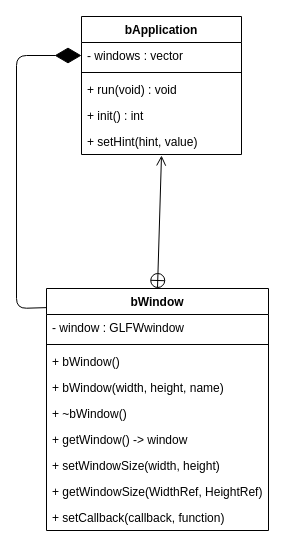
Above: docs/bApplication.drawio in LowFire/blazer3d (draw.io), before the change. Source tidied: cells renumbered, new cells numbered last; positions are measured from the earlier drawing's top-left corner, leaving out a move shared by most shapes. Both pictures are drawn from the tidied source at 100%, with x=0, y=0 at pixel (16, 16).
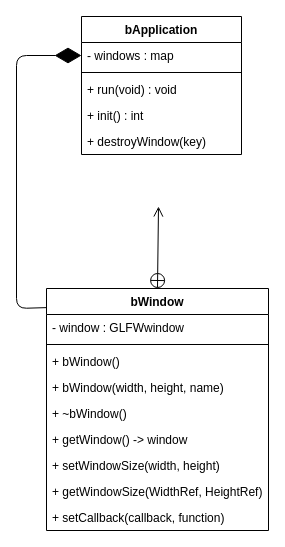
The same diagram, later.

Unchanged cells that the change refers to:
```xml
<mxCell id="2" value="bApplication" style="swimlane;fontStyle=1;align=center;verticalAlign=top;horizontal=1;startSize=26;" parent="1" vertex="1">
  <mxGeometry x="65" width="160" height="138" as="geometry" />
</mxCell>
<mxCell id="8" value="bWindow" style="swimlane;fontStyle=1;align=center;verticalAlign=top;horizontal=1;startSize=26;" parent="1" vertex="1">
  <mxGeometry x="30" y="272" width="222" height="242" as="geometry" />
</mxCell>
```

The edit, as a diff of the source:
```diff
@@
-    <mxCell id="3" value="- windows : vector" style="text;strokeColor=none;fillColor=none;align=left;verticalAlign=top;spacingLeft=4;spacingRight=4;overflow=hidden;points=[[0,0.5],[1,0.5]];portConstraint=eastwest;" parent="2" vertex="1">
+    <mxCell id="3" value="- windows : map" style="text;strokeColor=none;fillColor=none;align=left;verticalAlign=top;spacingLeft=4;spacingRight=4;overflow=hidden;points=[[0,0.5],[1,0.5]];portConstraint=eastwest;" parent="2" vertex="1">
       <mxGeometry y="26" width="160" height="26" as="geometry" />
     </mxCell>
@@
-    <mxCell id="7" value="+ setHint(hint, value)" style="text;strokeColor=none;fillColor=none;align=left;verticalAlign=top;spacingLeft=4;spacingRight=4;overflow=hidden;points=[[0,0.5],[1,0.5]];portConstraint=eastwest;" parent="2" vertex="1">
-      <mxGeometry y="112" width="160" height="26" as="geometry" />
-    </mxCell>
+    <mxCell id="20" value="+ destroyWindow(key)" style="text;strokeColor=none;fillColor=none;align=left;verticalAlign=top;spacingLeft=4;spacingRight=4;overflow=hidden;" parent="2" vertex="1">
+      <mxGeometry y="112" width="160" height="26" as="geometry" />
+    </mxCell>
@@
-    <mxCell id="19" style="endArrow=open;startArrow=circlePlus;endFill=0;startFill=0;endSize=8;html=1;exitX=0.5;exitY=0;exitDx=0;exitDy=0;entryX=0.5;entryY=1.038;entryDx=0;entryDy=0;entryPerimeter=0;" parent="1" edge="1" source="8" target="7">
-      <mxGeometry relative="1" as="geometry" />
+    <mxCell id="19" style="endArrow=open;startArrow=circlePlus;endFill=0;startFill=0;endSize=8;html=1;exitX=0.5;exitY=0;exitDx=0;exitDy=0;" parent="1" edge="1" source="8">
+      <mxGeometry relative="1" as="geometry">
+        <mxPoint x="142" y="190" as="targetPoint" />
+      </mxGeometry>
     </mxCell>
```
